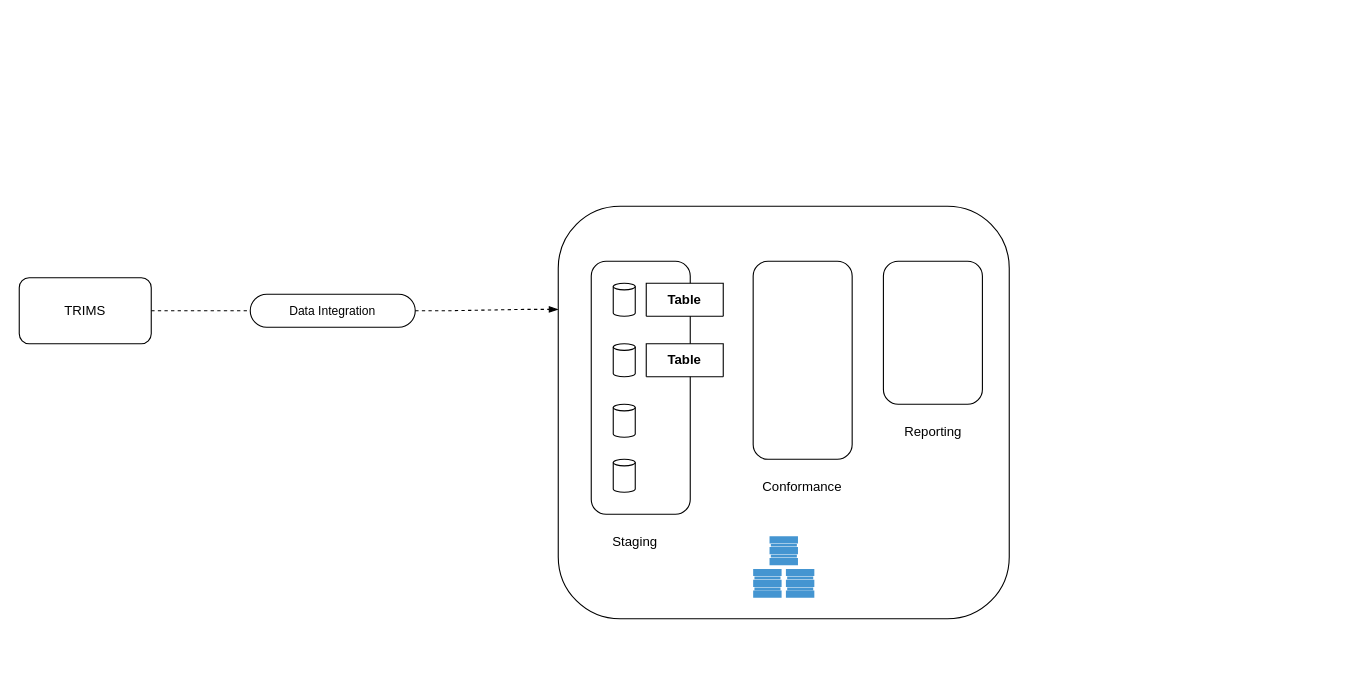
charudatta07/CDM_REST keeps this draw.io diagram as page "Current State" (1 of 2) of CDM Generic Scenario.drawio. Above is the earlier version. Source tidied: cells renumbered, new cells numbered last; positions are measured from the earlier drawing's top-left corner, leaving out a move shared by most shapes. Both pictures are drawn from the tidied source at 110%, with x=0, y=0 at pixel (19, 206). Pictures stored in the file or linked from it are replaced by grey dashed boxes.
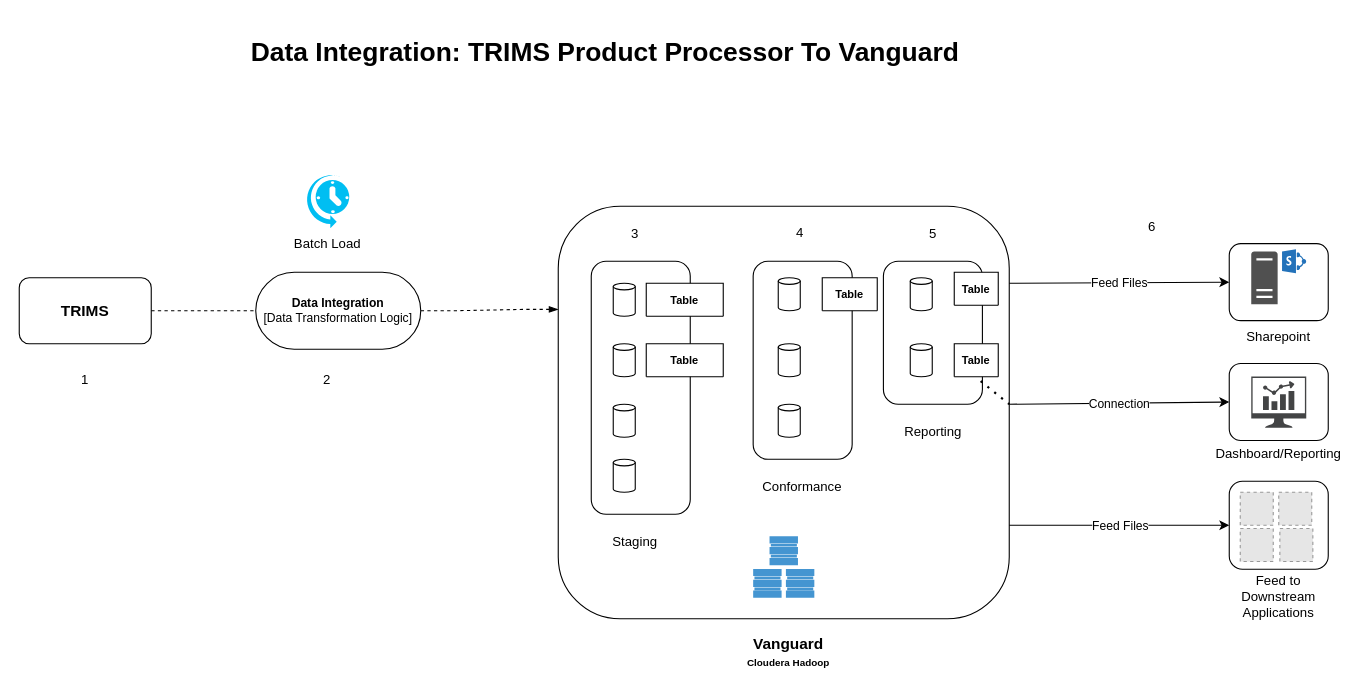
Above is the later version.

The change refers to these unchanged cells:
```xml
<mxCell id="10" style="rounded=1;whiteSpace=wrap;html=1;" parent="1" vertex="1">
  <mxGeometry x="785.6" y="50" width="90" height="130" as="geometry" />
</mxCell>
```

The edit, as a diff of the source:
```diff
@@
-    <mxCell id="2" value="TRIMS" style="rounded=1;whiteSpace=wrap;html=1;" parent="1" vertex="1">
+    <mxCell id="2" value="&lt;b&gt;&lt;font style=&quot;font-size: 14px;&quot;&gt;TRIMS&lt;/font&gt;&lt;/b&gt;" style="rounded=1;whiteSpace=wrap;html=1;" parent="1" vertex="1">
       <mxGeometry y="65" width="120" height="60" as="geometry" />
     </mxCell>
@@
-    <mxCell id="4" value="Data Integration" style="html=1;rounded=1;absoluteArcSize=1;arcSize=80;whiteSpace=wrap;fontSize=11;" parent="1" vertex="1">
-      <mxGeometry x="210" y="80" width="150" height="30" as="geometry" />
+    <mxCell id="4" value="&lt;b&gt;Data Integration&lt;br&gt;&lt;/b&gt;[Data Transformation Logic]" style="html=1;rounded=1;absoluteArcSize=1;arcSize=80;whiteSpace=wrap;fontSize=11;" parent="1" vertex="1">
+      <mxGeometry x="215" y="60" width="150" height="70" as="geometry" />
     </mxCell>
@@
-    <mxCell id="15" value="Table" style="shape=table;startSize=30;childLayout=tableLayout;rowLines=0;fontStyle=1;align=center;html=1;whiteSpace=wrap;" parent="1" vertex="1" collapsed="1">
+    <mxCell id="15" value="&lt;font style=&quot;font-size: 10px;&quot;&gt;Table&lt;/font&gt;" style="shape=table;startSize=30;childLayout=tableLayout;rowLines=0;fontStyle=1;align=center;html=1;whiteSpace=wrap;" parent="1" vertex="1" collapsed="1">
       <mxGeometry x="570" y="70" width="70" height="30" as="geometry" />
     </mxCell>
-    <mxCell id="16" value="Table" style="shape=table;startSize=30;childLayout=tableLayout;rowLines=0;fontStyle=1;align=center;html=1;whiteSpace=wrap;" parent="1" vertex="1" collapsed="1">
+    <mxCell id="16" value="&lt;font style=&quot;font-size: 10px;&quot;&gt;Table&lt;/font&gt;" style="shape=table;startSize=30;childLayout=tableLayout;rowLines=0;fontStyle=1;align=center;html=1;whiteSpace=wrap;" parent="1" vertex="1" collapsed="1">
       <mxGeometry x="570" y="125" width="70" height="30" as="geometry" />
     </mxCell>
@@
+    <mxCell id="20" value="&lt;font style=&quot;font-size: 10px;&quot;&gt;Table&lt;/font&gt;" style="shape=table;startSize=30;childLayout=tableLayout;rowLines=0;fontStyle=1;align=center;html=1;whiteSpace=wrap;" parent="1" vertex="1" collapsed="1">
+      <mxGeometry x="730" y="65" width="50" height="30" as="geometry" />
+    </mxCell>
+    <mxCell id="21" value="&lt;font style=&quot;font-size: 10px;&quot;&gt;Table&lt;/font&gt;" style="shape=table;startSize=30;childLayout=tableLayout;rowLines=0;fontStyle=1;align=center;html=1;whiteSpace=wrap;" parent="1" vertex="1" collapsed="1">
+      <mxGeometry x="850" y="60" width="40" height="30" as="geometry" />
+    </mxCell>
+    <mxCell id="22" style="shape=cylinder3;whiteSpace=wrap;html=1;boundedLbl=1;backgroundOutline=1;size=3;" parent="1" vertex="1">
+      <mxGeometry x="690" y="65" width="20" height="30" as="geometry" />
+    </mxCell>
+    <mxCell id="23" style="shape=cylinder3;whiteSpace=wrap;html=1;boundedLbl=1;backgroundOutline=1;size=3;" parent="1" vertex="1">
+      <mxGeometry x="810" y="65" width="20" height="30" as="geometry" />
+    </mxCell>
+    <mxCell id="24" value="Batch Load" style="verticalLabelPosition=bottom;html=1;verticalAlign=top;align=center;strokeColor=none;fillColor=#00BEF2;shape=mxgraph.azure.scheduler;" parent="1" vertex="1">
+      <mxGeometry x="260" y="-30" width="40" height="50" as="geometry" />
+    </mxCell>
+    <mxCell id="25" value="&lt;b&gt;&lt;font style=&quot;font-size: 14px;&quot;&gt;Vanguard&lt;/font&gt;&lt;br&gt;&lt;font style=&quot;font-size: 9px;&quot;&gt;Cloudera Hadoop&lt;/font&gt;&lt;br&gt;&lt;/b&gt;" style="text;html=1;strokeColor=none;fillColor=none;align=center;verticalAlign=middle;whiteSpace=wrap;rounded=0;" parent="1" vertex="1">
+      <mxGeometry x="637.5" y="390" width="122.5" height="30" as="geometry" />
+    </mxCell>
+    <mxCell id="26" style="shape=cylinder3;whiteSpace=wrap;html=1;boundedLbl=1;backgroundOutline=1;size=3;" parent="1" vertex="1">
+      <mxGeometry x="690" y="125" width="20" height="30" as="geometry" />
+    </mxCell>
+    <mxCell id="27" style="shape=cylinder3;whiteSpace=wrap;html=1;boundedLbl=1;backgroundOutline=1;size=3;" parent="1" vertex="1">
+      <mxGeometry x="690" y="180" width="20" height="30" as="geometry" />
+    </mxCell>
+    <mxCell id="28" style="shape=cylinder3;whiteSpace=wrap;html=1;boundedLbl=1;backgroundOutline=1;size=3;" parent="1" vertex="1">
+      <mxGeometry x="810" y="125" width="20" height="30" as="geometry" />
+    </mxCell>
+    <mxCell id="29" style="rounded=1;whiteSpace=wrap;html=1;" parent="1" vertex="1">
+      <mxGeometry x="1100" y="250" width="90" height="80" as="geometry" />
+    </mxCell>
+    <mxCell id="30" style="group;" parent="1" vertex="1">
+      <mxGeometry x="1100" y="34" width="90" height="70" as="geometry" />
+    </mxCell>
+    <mxCell id="31" style="rounded=1;whiteSpace=wrap;html=1;" parent="30" vertex="1">
+      <mxGeometry width="90" height="70" as="geometry" />
+    </mxCell>
+    <mxCell id="32" style="sketch=0;shadow=0;dashed=0;html=1;strokeColor=none;fillColor=#505050;labelPosition=center;verticalLabelPosition=bottom;verticalAlign=top;align=center;shape=mxgraph.office.servers.sharepoint_server;" parent="30" vertex="1">
+      <mxGeometry x="20" y="5" width="50" height="50" as="geometry" />
+    </mxCell>
+    <mxCell id="33" style="group;" parent="1" vertex="1">
+      <mxGeometry x="1100" y="133" width="90" height="70" as="geometry" />
+    </mxCell>
+    <mxCell id="34" style="rounded=1;whiteSpace=wrap;html=1;" parent="33" vertex="1">
+      <mxGeometry y="10" width="90" height="70" as="geometry" />
+    </mxCell>
+    <mxCell id="35" style="sketch=0;shadow=0;dashed=0;html=1;strokeColor=none;fillColor=#434445;labelPosition=center;verticalLabelPosition=bottom;verticalAlign=top;align=center;shape=mxgraph.vvd.nsx_dashboard;" parent="33" vertex="1">
+      <mxGeometry x="20" y="21.8" width="50" height="46.5" as="geometry" />
+    </mxCell>
+    <mxCell id="36" style="endArrow=classic;html=1;rounded=0;entryX=0;entryY=0.5;entryDx=0;entryDy=0;" parent="1" edge="1" target="31">
+      <mxGeometry relative="1" as="geometry">
+        <mxPoint x="900" y="70" as="sourcePoint" />
+      </mxGeometry>
+    </mxCell>
+    <mxCell id="37" value="Feed Files" style="edgeLabel;html=1;align=center;verticalAlign=middle;" parent="36" vertex="1">
+      <mxGeometry relative="1" as="geometry" />
+    </mxCell>
+    <mxCell id="38" style="endArrow=classic;html=1;rounded=0;entryX=0;entryY=0.5;entryDx=0;entryDy=0;" parent="1" edge="1" target="34">
+      <mxGeometry relative="1" as="geometry">
+        <mxPoint x="900" y="180" as="sourcePoint" />
+      </mxGeometry>
+    </mxCell>
+    <mxCell id="39" value="Connection" style="edgeLabel;html=1;align=center;verticalAlign=middle;" parent="38" vertex="1">
+      <mxGeometry relative="1" as="geometry" />
+    </mxCell>
+    <mxCell id="40" style="endArrow=classic;html=1;rounded=0;entryX=0;entryY=0.5;entryDx=0;entryDy=0;" parent="1" edge="1" target="29">
+      <mxGeometry relative="1" as="geometry">
+        <mxPoint x="900" y="290" as="sourcePoint" />
+      </mxGeometry>
+    </mxCell>
+    <mxCell id="41" value="Feed Files" style="edgeLabel;html=1;align=center;verticalAlign=middle;" parent="40" vertex="1">
+      <mxGeometry relative="1" as="geometry" />
+    </mxCell>
+    <mxCell id="42" value="Sharepoint" style="text;html=1;strokeColor=none;fillColor=none;align=center;verticalAlign=middle;whiteSpace=wrap;rounded=0;" parent="1" vertex="1">
+      <mxGeometry x="1115" y="104" width="60" height="30" as="geometry" />
+    </mxCell>
+    <mxCell id="43" value="Dashboard/Reporting" style="text;html=1;strokeColor=none;fillColor=none;align=center;verticalAlign=middle;whiteSpace=wrap;rounded=0;" parent="1" vertex="1">
+      <mxGeometry x="1115" y="210" width="60" height="30" as="geometry" />
+    </mxCell>
+    <mxCell id="44" style="fillColor=#E6E6E6;strokeColor=#999999;dashed=1;html=1;verticalAlign=top;verticalLabelPosition=bottom;labelBackgroundColor=#ffffff;" parent="1" vertex="1">
+      <mxGeometry x="1110" y="260" width="30" height="30" as="geometry" />
+    </mxCell>
+    <mxCell id="45" style="fillColor=#E6E6E6;strokeColor=#999999;dashed=1;html=1;verticalAlign=top;verticalLabelPosition=bottom;labelBackgroundColor=#ffffff;" parent="1" vertex="1">
+      <mxGeometry x="1145" y="260" width="30" height="30" as="geometry" />
+    </mxCell>
+    <mxCell id="46" style="fillColor=#E6E6E6;strokeColor=#999999;dashed=1;html=1;verticalAlign=top;verticalLabelPosition=bottom;labelBackgroundColor=#ffffff;" parent="1" vertex="1">
+      <mxGeometry x="1110" y="293" width="30" height="30" as="geometry" />
+    </mxCell>
+    <mxCell id="47" style="fillColor=#E6E6E6;strokeColor=#999999;dashed=1;html=1;verticalAlign=top;verticalLabelPosition=bottom;labelBackgroundColor=#ffffff;" parent="1" vertex="1">
+      <mxGeometry x="1146" y="293" width="30" height="30" as="geometry" />
+    </mxCell>
+    <mxCell id="48" value="Feed to Downstream Applications" style="text;html=1;strokeColor=none;fillColor=none;align=center;verticalAlign=middle;whiteSpace=wrap;rounded=0;" parent="1" vertex="1">
+      <mxGeometry x="1090" y="340" width="110" height="30" as="geometry" />
+    </mxCell>
+    <mxCell id="49" value="&lt;font style=&quot;font-size: 10px;&quot;&gt;Table&lt;/font&gt;" style="shape=table;startSize=30;childLayout=tableLayout;rowLines=0;fontStyle=1;align=center;html=1;whiteSpace=wrap;" parent="1" vertex="1" collapsed="1">
+      <mxGeometry x="850" y="125" width="40" height="30" as="geometry" />
+    </mxCell>
+    <mxCell id="50" style="endArrow=none;dashed=1;html=1;dashPattern=1 3;strokeWidth=2;rounded=0;exitX=0.982;exitY=0.838;exitDx=0;exitDy=0;exitPerimeter=0;" parent="1" edge="1" source="10">
+      <mxGeometry relative="1" as="geometry">
+        <mxPoint x="900" y="180" as="targetPoint" />
+      </mxGeometry>
+    </mxCell>
+    <mxCell id="51" value="1" style="text;html=1;strokeColor=none;fillColor=none;align=center;verticalAlign=middle;whiteSpace=wrap;rounded=0;" parent="1" vertex="1">
+      <mxGeometry x="30" y="143" width="60" height="30" as="geometry" />
+    </mxCell>
+    <mxCell id="52" value="2" style="text;html=1;strokeColor=none;fillColor=none;align=center;verticalAlign=middle;whiteSpace=wrap;rounded=0;" parent="1" vertex="1">
+      <mxGeometry x="250" y="143" width="60" height="30" as="geometry" />
+    </mxCell>
+    <mxCell id="53" value="3" style="text;html=1;strokeColor=none;fillColor=none;align=center;verticalAlign=middle;whiteSpace=wrap;rounded=0;" parent="1" vertex="1">
+      <mxGeometry x="530" y="10" width="60" height="30" as="geometry" />
+    </mxCell>
+    <mxCell id="54" value="4" style="text;html=1;strokeColor=none;fillColor=none;align=center;verticalAlign=middle;whiteSpace=wrap;rounded=0;" parent="1" vertex="1">
+      <mxGeometry x="680" y="9" width="60" height="30" as="geometry" />
+    </mxCell>
+    <mxCell id="55" value="5" style="text;html=1;strokeColor=none;fillColor=none;align=center;verticalAlign=middle;whiteSpace=wrap;rounded=0;" parent="1" vertex="1">
+      <mxGeometry x="800.6" y="10" width="60" height="30" as="geometry" />
+    </mxCell>
+    <mxCell id="56" value="6" style="text;html=1;strokeColor=none;fillColor=none;align=center;verticalAlign=middle;whiteSpace=wrap;rounded=0;" parent="1" vertex="1">
+      <mxGeometry x="1000" y="4" width="60" height="30" as="geometry" />
+    </mxCell>
+    <mxCell id="57" value="&lt;h1&gt;Data Integration: TRIMS Product Processor To Vanguard&lt;/h1&gt;" style="text;html=1;strokeColor=none;fillColor=none;spacing=5;spacingTop=-20;whiteSpace=wrap;overflow=hidden;rounded=0;" parent="1" vertex="1">
+      <mxGeometry x="205.6" y="-160" width="670" height="50" as="geometry" />
+    </mxCell>
```
